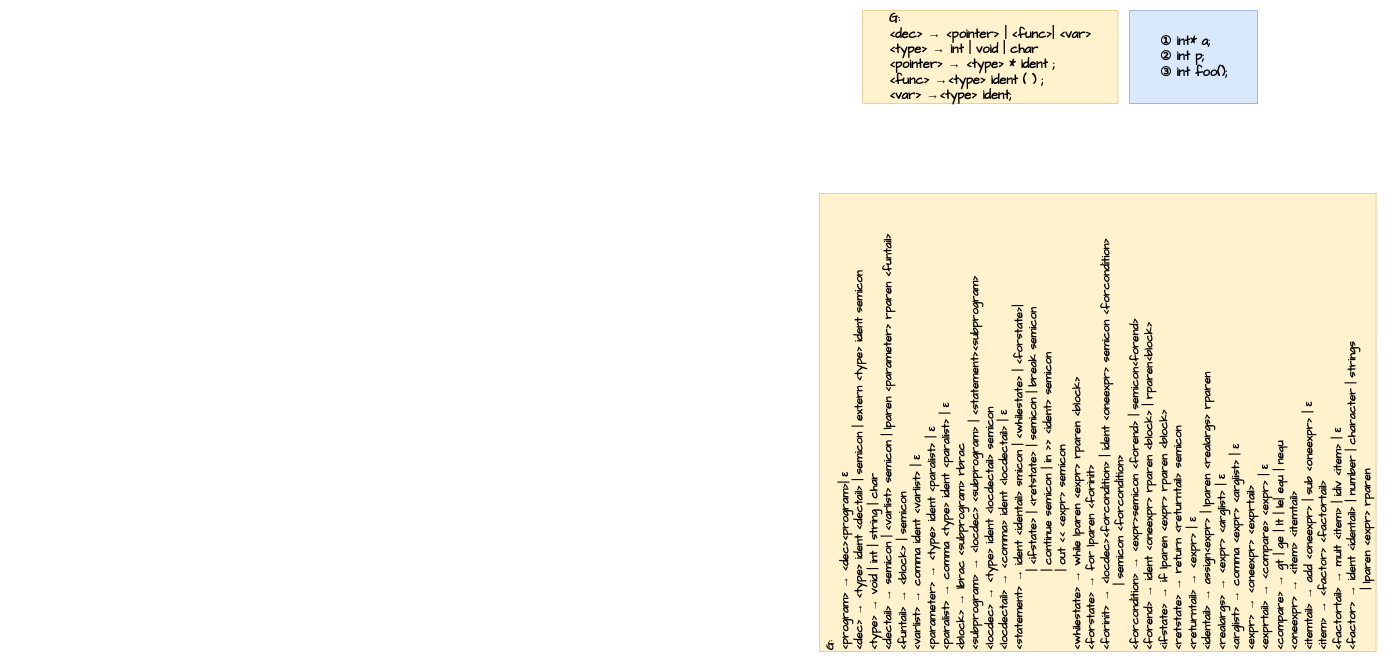
Earlier version of the draw.io diagram document/src/CFG-design.drawio (djh-sudo/tiny-C-Compiler). Source tidied: cells renumbered, new cells numbered last; positions are measured from the earlier drawing's top-left corner, leaving out a move shared by most shapes. Both pictures are drawn from the tidied source at 58%, with x=0, y=0 at pixel (862, 10).
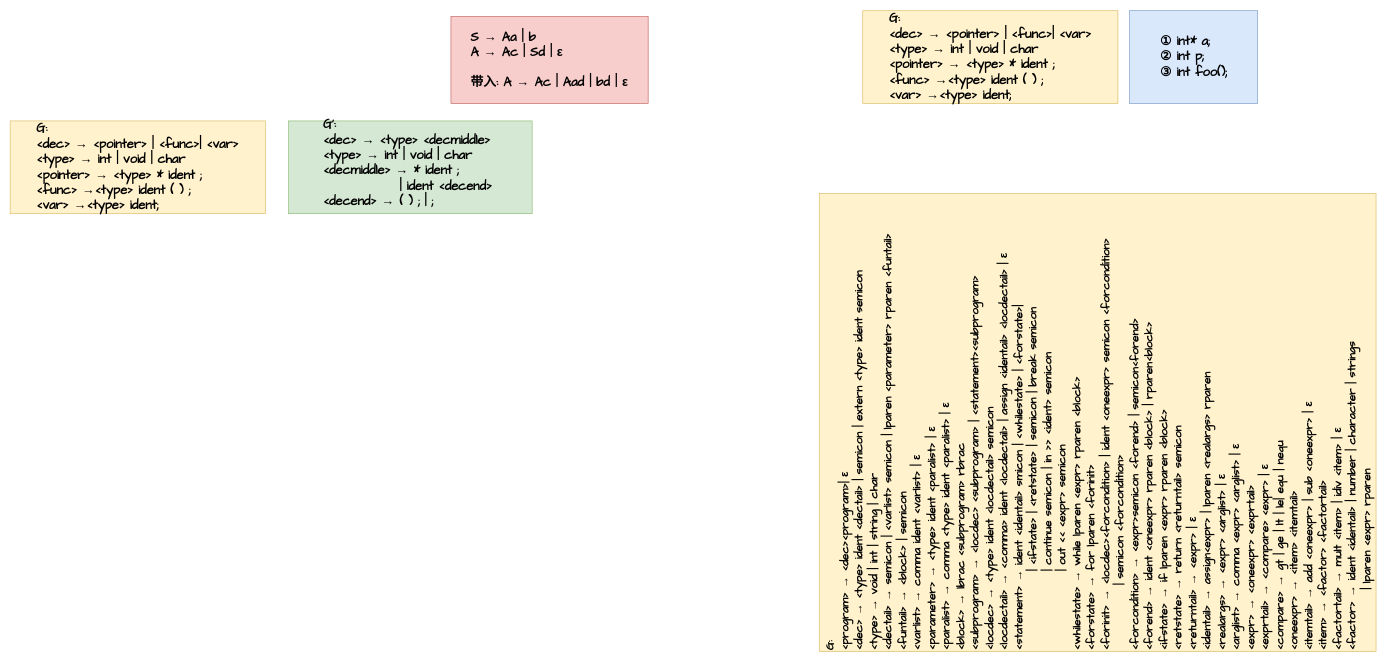
After the change.

Change to the diagram source:
```diff
@@
 <mxGraphModel>
   <root>
     <mxCell id="0" />
     <mxCell id="1" parent="0" />
     <mxCell id="2" value="&lt;div style=&quot;text-align: left&quot;&gt;&lt;b style=&quot;font-size: 22px ; font-family: &amp;#34;comic sans ms&amp;#34;&quot;&gt;① int* a;&lt;/b&gt;&lt;/div&gt;&lt;font face=&quot;Comic Sans MS&quot;&gt;&lt;div style=&quot;text-align: left&quot;&gt;&lt;b style=&quot;font-size: 22px&quot;&gt;② int p;&lt;/b&gt;&lt;/div&gt;&lt;span style=&quot;font-size: 22px&quot;&gt;&lt;div style=&quot;text-align: left&quot;&gt;&lt;b&gt;③ int foo();&lt;/b&gt;&lt;/div&gt;&lt;/span&gt;&lt;/font&gt;" style="rounded=0;whiteSpace=wrap;html=1;fillColor=#dae8fc;strokeColor=#6c8ebf;" parent="1" vertex="1">
       <mxGeometry x="460" width="221" height="160" as="geometry" />
     </mxCell>
     <mxCell id="3" value="&lt;div style=&quot;text-align: left&quot;&gt;&lt;b&gt;&lt;font style=&quot;font-size: 22px&quot; face=&quot;Comic Sans MS&quot;&gt;G:&lt;/font&gt;&lt;/b&gt;&lt;/div&gt;&lt;b&gt;&lt;div style=&quot;text-align: left&quot;&gt;&lt;b&gt;&lt;font style=&quot;font-size: 22px&quot; face=&quot;Comic Sans MS&quot;&gt;&amp;lt;dec&amp;gt; → &amp;lt;pointer&amp;gt; | &amp;lt;func&amp;gt;| &amp;lt;var&amp;gt;&lt;/font&gt;&lt;/b&gt;&lt;/div&gt;&lt;font style=&quot;font-size: 22px&quot; face=&quot;Comic Sans MS&quot;&gt;&lt;div style=&quot;text-align: left&quot;&gt;&lt;b style=&quot;font-family: &amp;#34;helvetica&amp;#34; ; font-size: 12px&quot;&gt;&lt;font style=&quot;font-size: 22px&quot; face=&quot;Comic Sans MS&quot;&gt;&amp;lt;type&amp;gt; → int | void | char&lt;/font&gt;&lt;/b&gt;&lt;/div&gt;&lt;div style=&quot;text-align: left&quot;&gt;&lt;b style=&quot;font-family: &amp;#34;helvetica&amp;#34; ; font-size: 12px&quot;&gt;&lt;font style=&quot;font-size: 22px&quot; face=&quot;Comic Sans MS&quot;&gt;&amp;lt;pointer&amp;gt;&amp;nbsp;&lt;/font&gt;&lt;/b&gt;&lt;b style=&quot;font-family: &amp;#34;helvetica&amp;#34; ; font-size: 12px&quot;&gt;&lt;font face=&quot;Comic Sans MS&quot; style=&quot;font-size: 22px&quot;&gt;→ &amp;lt;type&amp;gt; * ident ;&lt;/font&gt;&lt;/b&gt;&lt;/div&gt;&lt;/font&gt;&lt;/b&gt;&lt;b&gt;&lt;div style=&quot;text-align: left&quot;&gt;&lt;b&gt;&lt;font style=&quot;font-size: 22px&quot; face=&quot;Comic Sans MS&quot;&gt;&amp;lt;func&amp;gt;&amp;nbsp;&lt;/font&gt;&lt;/b&gt;&lt;b&gt;&lt;font face=&quot;Comic Sans MS&quot; style=&quot;font-size: 22px&quot;&gt;→&lt;/font&gt;&lt;/b&gt;&lt;b&gt;&lt;font face=&quot;Comic Sans MS&quot; style=&quot;font-size: 22px&quot;&gt;&amp;lt;type&amp;gt;&amp;nbsp;&lt;/font&gt;&lt;/b&gt;&lt;b&gt;&lt;font face=&quot;Comic Sans MS&quot; style=&quot;font-size: 22px&quot;&gt;ident ( ) ;&lt;/font&gt;&lt;/b&gt;&lt;/div&gt;&lt;/b&gt;&lt;b&gt;&lt;div style=&quot;text-align: left&quot;&gt;&lt;b&gt;&lt;font style=&quot;font-size: 22px&quot; face=&quot;Comic Sans MS&quot;&gt;&amp;lt;var&amp;gt;&amp;nbsp;&lt;/font&gt;&lt;/b&gt;&lt;b&gt;&lt;font face=&quot;Comic Sans MS&quot; style=&quot;font-size: 22px&quot;&gt;→&lt;/font&gt;&lt;/b&gt;&lt;b&gt;&lt;font face=&quot;Comic Sans MS&quot; style=&quot;font-size: 22px&quot;&gt;&amp;lt;type&amp;gt;&amp;nbsp;&lt;/font&gt;&lt;/b&gt;&lt;b&gt;&lt;font face=&quot;Comic Sans MS&quot; style=&quot;font-size: 22px&quot;&gt;ident;&lt;/font&gt;&lt;/b&gt;&lt;/div&gt;&lt;/b&gt;" style="rounded=0;whiteSpace=wrap;html=1;fillColor=#fff2cc;strokeColor=#d6b656;" parent="1" vertex="1">
       <mxGeometry width="440" height="160" as="geometry" />
     </mxCell>
-    <mxCell id="4" value="&lt;font style=&quot;font-size: 20px&quot;&gt;&lt;b&gt;&lt;font face=&quot;Comic Sans MS&quot; style=&quot;font-size: 20px&quot;&gt;G:&lt;br&gt;&amp;lt;program&amp;gt; → &amp;lt;dec&amp;gt;&amp;lt;program&amp;gt;| ε&lt;br&gt;&lt;/font&gt;&lt;/b&gt;&lt;b&gt;&lt;font face=&quot;Comic Sans MS&quot; style=&quot;font-size: 20px&quot;&gt;&amp;lt;dec&amp;gt;&amp;nbsp;&lt;/font&gt;&lt;/b&gt;&lt;b&gt;&lt;font face=&quot;Comic Sans MS&quot; style=&quot;font-size: 20px&quot;&gt;→ &amp;lt;type&amp;gt; ident &amp;lt;dectail&amp;gt; | semicon | extern &amp;lt;type&amp;gt; ident semicon&lt;/font&gt;&lt;/b&gt;&lt;b&gt;&lt;font face=&quot;Comic Sans MS&quot; style=&quot;font-size: 20px&quot;&gt;&lt;br&gt;&amp;lt;type&amp;gt;&amp;nbsp;&lt;/font&gt;&lt;/b&gt;&lt;b&gt;&lt;font face=&quot;Comic Sans MS&quot; style=&quot;font-size: 20px&quot;&gt;→ void | int | string | char&lt;/font&gt;&lt;/b&gt;&lt;b&gt;&lt;font face=&quot;Comic Sans MS&quot; style=&quot;font-size: 20px&quot;&gt;&lt;br&gt;&amp;lt;dectail&amp;gt;&amp;nbsp;&lt;/font&gt;&lt;/b&gt;&lt;b&gt;&lt;font face=&quot;Comic Sans MS&quot; style=&quot;font-size: 20px&quot;&gt;→ semicon | &amp;lt;varlist&amp;gt; semicon |&amp;nbsp;&lt;/font&gt;&lt;/b&gt;&lt;b&gt;&lt;font face=&quot;Comic Sans MS&quot;&gt;lparen&lt;/font&gt;&lt;/b&gt;&lt;b&gt;&lt;font face=&quot;Comic Sans MS&quot; style=&quot;font-size: 20px&quot;&gt;&amp;nbsp;&amp;lt;parameter&amp;gt;&amp;nbsp;&lt;/font&gt;&lt;/b&gt;&lt;b&gt;&lt;font face=&quot;Comic Sans MS&quot;&gt;rparen&lt;/font&gt;&lt;/b&gt;&lt;b&gt;&lt;font face=&quot;Comic Sans MS&quot; style=&quot;font-size: 20px&quot;&gt;&amp;nbsp;&amp;lt;funtail&amp;gt;&lt;br&gt;&amp;lt;funtail&amp;gt;&amp;nbsp;&lt;/font&gt;&lt;/b&gt;&lt;b&gt;&lt;font face=&quot;Comic Sans MS&quot; style=&quot;font-size: 20px&quot;&gt;→ &amp;lt;block&amp;gt; | semicon&lt;br&gt;&lt;/font&gt;&lt;/b&gt;&lt;b&gt;&lt;font face=&quot;Comic Sans MS&quot; style=&quot;font-size: 20px&quot;&gt;&amp;lt;varlist&amp;gt;&amp;nbsp;&lt;/font&gt;&lt;/b&gt;&lt;b&gt;&lt;font face=&quot;Comic Sans MS&quot; style=&quot;font-size: 20px&quot;&gt;→ comma ident &amp;lt;varlist&amp;gt; |&amp;nbsp;&lt;/font&gt;&lt;/b&gt;&lt;b&gt;&lt;font face=&quot;Comic Sans MS&quot; style=&quot;font-size: 20px&quot;&gt;ε&lt;/font&gt;&lt;/b&gt;&lt;b&gt;&lt;font face=&quot;Comic Sans MS&quot; style=&quot;font-size: 20px&quot;&gt;&lt;br&gt;&lt;/font&gt;&lt;/b&gt;&lt;b&gt;&lt;font face=&quot;Comic Sans MS&quot; style=&quot;font-size: 20px&quot;&gt;&amp;lt;parameter&amp;gt;&amp;nbsp;&lt;/font&gt;&lt;/b&gt;&lt;b&gt;&lt;font face=&quot;Comic Sans MS&quot; style=&quot;font-size: 20px&quot;&gt;→ &amp;lt;type&amp;gt; ident &amp;lt;paralist&amp;gt; |&amp;nbsp;&lt;/font&gt;&lt;/b&gt;&lt;b&gt;&lt;font face=&quot;Comic Sans MS&quot; style=&quot;font-size: 20px&quot;&gt;ε&lt;br&gt;&lt;/font&gt;&lt;/b&gt;&lt;/font&gt;&lt;b style=&quot;font-size: 20px&quot;&gt;&lt;font face=&quot;Comic Sans MS&quot; style=&quot;font-size: 20px&quot;&gt;&lt;font style=&quot;font-size: 20px&quot;&gt;&amp;lt;paralist&amp;gt; → comma &amp;lt;type&amp;gt; ident &amp;lt;paralist&amp;gt; | ε&lt;br&gt;&amp;lt;block&amp;gt; → lbrac &amp;lt;subprogram&amp;gt; rbrac&lt;br&gt;&amp;lt;subprogram&amp;gt; → &amp;lt;locdec&amp;gt; &amp;lt;subprogram&amp;gt; | &amp;lt;statement&amp;gt;&amp;lt;subprogram&amp;gt;&lt;br&gt;&amp;lt;locdec&amp;gt; → &amp;lt;type&amp;gt; ident &amp;lt;locdectail&amp;gt; semicon&lt;br&gt;&lt;/font&gt;&amp;lt;locdectail&amp;gt; → &amp;lt;comma&amp;gt; ident &amp;lt;locdectail&amp;gt; | ε&lt;br&gt;&amp;lt;statement&amp;gt; → ident &amp;lt;identail&amp;gt; smicon | &amp;lt;whilestate&amp;gt; | &amp;lt;forstate&amp;gt;|&lt;br&gt;&amp;nbsp; &amp;nbsp; &amp;nbsp; &amp;nbsp; &amp;nbsp; &amp;nbsp; &amp;nbsp; &amp;nbsp; &amp;nbsp;| &amp;lt;ifstate&amp;gt; | &amp;lt;retstate&amp;gt; | semicon | break semicon&lt;br&gt;&amp;nbsp; &amp;nbsp; &amp;nbsp; &amp;nbsp; &amp;nbsp; &amp;nbsp; &amp;nbsp; &amp;nbsp; &amp;nbsp;| continue semicon | in &amp;gt;&amp;gt; &amp;lt;ident&amp;gt; semicon&lt;br&gt;&amp;nbsp; &amp;nbsp; &amp;nbsp; &amp;nbsp; &amp;nbsp; &amp;nbsp; &amp;nbsp; &amp;nbsp; &amp;nbsp;| out &amp;lt;&amp;lt; &amp;lt;expr&amp;gt; semicon&lt;br&gt;&amp;lt;whilestate&amp;gt; → while lparen &amp;lt;expr&amp;gt; rparen &amp;lt;block&amp;gt;&amp;nbsp;&lt;br&gt;&amp;lt;forstate&amp;gt; → for lparen &amp;lt;forinit&amp;gt;&lt;br&gt;&amp;lt;forinit&amp;gt; →&amp;nbsp;&amp;lt;locdec&amp;gt;&amp;lt;forcondition&amp;gt; | ident &amp;lt;oneexpr&amp;gt; semicon &amp;lt;forcondition&amp;gt;&lt;br&gt;&amp;nbsp; &amp;nbsp; &amp;nbsp; &amp;nbsp; &amp;nbsp; &amp;nbsp; &amp;nbsp; | semicon &amp;lt;forcondition&amp;gt;&lt;br&gt;&amp;lt;forcondition&amp;gt; → &amp;lt;expr&amp;gt;semicon &amp;lt;forend&amp;gt; | semicon&amp;lt;forend&amp;gt;&lt;br&gt;&amp;lt;forend&amp;gt; → ident &amp;lt;oneexpr&amp;gt; rparen &amp;lt;block&amp;gt; | rparen&amp;lt;block&amp;gt;&lt;br&gt;&amp;lt;ifstate&amp;gt; → if lparen &amp;lt;expr&amp;gt; rparen &amp;lt;block&amp;gt;&lt;br&gt;&amp;lt;retstate&amp;gt; → return &amp;lt;returntail&amp;gt; semicon&lt;br&gt;&amp;lt;returntail&amp;gt; → &amp;lt;expr&amp;gt; | ε&lt;br&gt;&amp;lt;identail&amp;gt; → assign&amp;lt;expr&amp;gt; | lparen &amp;lt;realargs&amp;gt; rparen&lt;br&gt;&amp;lt;realargs&amp;gt; → &amp;lt;expr&amp;gt; &amp;lt;arglist&amp;gt; | ε&lt;br&gt;&amp;lt;arglist&amp;gt; → comma &amp;lt;expr&amp;gt; &amp;lt;arglist&amp;gt; | ε&lt;br&gt;&amp;lt;expr&amp;gt; → &amp;lt;oneexpr&amp;gt; &amp;lt;exprtail&amp;gt;&lt;br&gt;&amp;lt;exprtail&amp;gt; → &amp;lt;compare&amp;gt; &amp;lt;expr&amp;gt; | ε&lt;br&gt;&amp;lt;compare&amp;gt; → gt | ge | lt | le| equ | nequ&lt;br&gt;&amp;lt;oneexpr&amp;gt; → &amp;lt;item&amp;gt; &amp;lt;itemtail&amp;gt;&lt;br&gt;&amp;lt;itemtail&amp;gt; → add &amp;lt;oneexpr&amp;gt; | sub &amp;lt;oneexpr&amp;gt; | ε&lt;br&gt;&amp;lt;item&amp;gt; → &amp;lt;factor&amp;gt; &amp;lt;factortail&amp;gt;&lt;br&gt;&amp;lt;factortail&amp;gt; → mult &amp;lt;item&amp;gt; | idiv &amp;lt;item&amp;gt; | ε&lt;br&gt;&amp;lt;factor&amp;gt; → ident &amp;lt;identail&amp;gt; | number | character | strings&lt;br&gt;&amp;nbsp; &amp;nbsp; &amp;nbsp; &amp;nbsp; &amp;nbsp; &amp;nbsp; &amp;nbsp;| lparen &amp;lt;expr&amp;gt; rparen&lt;br&gt;&lt;/font&gt;&lt;/b&gt;" style="rounded=0;whiteSpace=wrap;html=1;align=left;fillColor=#fff2cc;strokeColor=#d6b656;rotation=-90;" parent="1" vertex="1">
+    <mxCell id="4" value="&lt;font style=&quot;font-size: 20px&quot;&gt;&lt;b&gt;&lt;font face=&quot;Comic Sans MS&quot; style=&quot;font-size: 20px&quot;&gt;G:&lt;br&gt;&amp;lt;program&amp;gt; → &amp;lt;dec&amp;gt;&amp;lt;program&amp;gt;| ε&lt;br&gt;&lt;/font&gt;&lt;/b&gt;&lt;b&gt;&lt;font face=&quot;Comic Sans MS&quot; style=&quot;font-size: 20px&quot;&gt;&amp;lt;dec&amp;gt;&amp;nbsp;&lt;/font&gt;&lt;/b&gt;&lt;b&gt;&lt;font face=&quot;Comic Sans MS&quot; style=&quot;font-size: 20px&quot;&gt;→ &amp;lt;type&amp;gt; ident &amp;lt;dectail&amp;gt; | semicon | extern &amp;lt;type&amp;gt; ident semicon&lt;/font&gt;&lt;/b&gt;&lt;b&gt;&lt;font face=&quot;Comic Sans MS&quot; style=&quot;font-size: 20px&quot;&gt;&lt;br&gt;&amp;lt;type&amp;gt;&amp;nbsp;&lt;/font&gt;&lt;/b&gt;&lt;b&gt;&lt;font face=&quot;Comic Sans MS&quot; style=&quot;font-size: 20px&quot;&gt;→ void | int | string | char&lt;/font&gt;&lt;/b&gt;&lt;b&gt;&lt;font face=&quot;Comic Sans MS&quot; style=&quot;font-size: 20px&quot;&gt;&lt;br&gt;&amp;lt;dectail&amp;gt;&amp;nbsp;&lt;/font&gt;&lt;/b&gt;&lt;b&gt;&lt;font face=&quot;Comic Sans MS&quot; style=&quot;font-size: 20px&quot;&gt;→ semicon | &amp;lt;varlist&amp;gt; semicon |&amp;nbsp;&lt;/font&gt;&lt;/b&gt;&lt;b&gt;&lt;font face=&quot;Comic Sans MS&quot;&gt;lparen&lt;/font&gt;&lt;/b&gt;&lt;b&gt;&lt;font face=&quot;Comic Sans MS&quot; style=&quot;font-size: 20px&quot;&gt;&amp;nbsp;&amp;lt;parameter&amp;gt;&amp;nbsp;&lt;/font&gt;&lt;/b&gt;&lt;b&gt;&lt;font face=&quot;Comic Sans MS&quot;&gt;rparen&lt;/font&gt;&lt;/b&gt;&lt;b&gt;&lt;font face=&quot;Comic Sans MS&quot; style=&quot;font-size: 20px&quot;&gt;&amp;nbsp;&amp;lt;funtail&amp;gt;&lt;br&gt;&amp;lt;funtail&amp;gt;&amp;nbsp;&lt;/font&gt;&lt;/b&gt;&lt;b&gt;&lt;font face=&quot;Comic Sans MS&quot; style=&quot;font-size: 20px&quot;&gt;→ &amp;lt;block&amp;gt; | semicon&lt;br&gt;&lt;/font&gt;&lt;/b&gt;&lt;b&gt;&lt;font face=&quot;Comic Sans MS&quot; style=&quot;font-size: 20px&quot;&gt;&amp;lt;varlist&amp;gt;&amp;nbsp;&lt;/font&gt;&lt;/b&gt;&lt;b&gt;&lt;font face=&quot;Comic Sans MS&quot; style=&quot;font-size: 20px&quot;&gt;→ comma ident &amp;lt;varlist&amp;gt; |&amp;nbsp;&lt;/font&gt;&lt;/b&gt;&lt;b&gt;&lt;font face=&quot;Comic Sans MS&quot; style=&quot;font-size: 20px&quot;&gt;ε&lt;/font&gt;&lt;/b&gt;&lt;b&gt;&lt;font face=&quot;Comic Sans MS&quot; style=&quot;font-size: 20px&quot;&gt;&lt;br&gt;&lt;/font&gt;&lt;/b&gt;&lt;b&gt;&lt;font face=&quot;Comic Sans MS&quot; style=&quot;font-size: 20px&quot;&gt;&amp;lt;parameter&amp;gt;&amp;nbsp;&lt;/font&gt;&lt;/b&gt;&lt;b&gt;&lt;font face=&quot;Comic Sans MS&quot; style=&quot;font-size: 20px&quot;&gt;→ &amp;lt;type&amp;gt; ident &amp;lt;paralist&amp;gt; |&amp;nbsp;&lt;/font&gt;&lt;/b&gt;&lt;b&gt;&lt;font face=&quot;Comic Sans MS&quot; style=&quot;font-size: 20px&quot;&gt;ε&lt;br&gt;&lt;/font&gt;&lt;/b&gt;&lt;/font&gt;&lt;b style=&quot;font-size: 20px&quot;&gt;&lt;font face=&quot;Comic Sans MS&quot; style=&quot;font-size: 20px&quot;&gt;&lt;font style=&quot;font-size: 20px&quot;&gt;&amp;lt;paralist&amp;gt; → comma &amp;lt;type&amp;gt; ident &amp;lt;paralist&amp;gt; | ε&lt;br&gt;&amp;lt;block&amp;gt; → lbrac &amp;lt;subprogram&amp;gt; rbrac&lt;br&gt;&amp;lt;subprogram&amp;gt; → &amp;lt;locdec&amp;gt; &amp;lt;subprogram&amp;gt; | &amp;lt;statement&amp;gt;&amp;lt;subprogram&amp;gt;&lt;br&gt;&amp;lt;locdec&amp;gt; → &amp;lt;type&amp;gt; ident &amp;lt;locdectail&amp;gt; semicon&lt;br&gt;&lt;/font&gt;&amp;lt;locdectail&amp;gt; → &amp;lt;comma&amp;gt; ident &amp;lt;locdectail&amp;gt; | assign &amp;lt;identail&amp;gt; &amp;lt;locdectail&amp;gt; | ε&lt;br&gt;&amp;lt;statement&amp;gt; → ident &amp;lt;identail&amp;gt; smicon | &amp;lt;whilestate&amp;gt; | &amp;lt;forstate&amp;gt;|&lt;br&gt;&amp;nbsp; &amp;nbsp; &amp;nbsp; &amp;nbsp; &amp;nbsp; &amp;nbsp; &amp;nbsp; &amp;nbsp; &amp;nbsp;| &amp;lt;ifstate&amp;gt; | &amp;lt;retstate&amp;gt; | semicon | break semicon&lt;br&gt;&amp;nbsp; &amp;nbsp; &amp;nbsp; &amp;nbsp; &amp;nbsp; &amp;nbsp; &amp;nbsp; &amp;nbsp; &amp;nbsp;| continue semicon | in &amp;gt;&amp;gt; &amp;lt;ident&amp;gt; semicon&lt;br&gt;&amp;nbsp; &amp;nbsp; &amp;nbsp; &amp;nbsp; &amp;nbsp; &amp;nbsp; &amp;nbsp; &amp;nbsp; &amp;nbsp;| out &amp;lt;&amp;lt; &amp;lt;expr&amp;gt; semicon&lt;br&gt;&amp;lt;whilestate&amp;gt; → while lparen &amp;lt;expr&amp;gt; rparen &amp;lt;block&amp;gt;&amp;nbsp;&lt;br&gt;&amp;lt;forstate&amp;gt; → for lparen &amp;lt;forinit&amp;gt;&lt;br&gt;&amp;lt;forinit&amp;gt; →&amp;nbsp;&amp;lt;locdec&amp;gt;&amp;lt;forcondition&amp;gt; | ident &amp;lt;oneexpr&amp;gt; semicon &amp;lt;forcondition&amp;gt;&lt;br&gt;&amp;nbsp; &amp;nbsp; &amp;nbsp; &amp;nbsp; &amp;nbsp; &amp;nbsp; &amp;nbsp; | semicon &amp;lt;forcondition&amp;gt;&lt;br&gt;&amp;lt;forcondition&amp;gt; → &amp;lt;expr&amp;gt;semicon &amp;lt;forend&amp;gt; | semicon&amp;lt;forend&amp;gt;&lt;br&gt;&amp;lt;forend&amp;gt; → ident &amp;lt;oneexpr&amp;gt; rparen &amp;lt;block&amp;gt; | rparen&amp;lt;block&amp;gt;&lt;br&gt;&amp;lt;ifstate&amp;gt; → if lparen &amp;lt;expr&amp;gt; rparen &amp;lt;block&amp;gt;&lt;br&gt;&amp;lt;retstate&amp;gt; → return &amp;lt;returntail&amp;gt; semicon&lt;br&gt;&amp;lt;returntail&amp;gt; → &amp;lt;expr&amp;gt; | ε&lt;br&gt;&amp;lt;identail&amp;gt; → assign&amp;lt;expr&amp;gt; | lparen &amp;lt;realargs&amp;gt; rparen&lt;br&gt;&amp;lt;realargs&amp;gt; → &amp;lt;expr&amp;gt; &amp;lt;arglist&amp;gt; | ε&lt;br&gt;&amp;lt;arglist&amp;gt; → comma &amp;lt;expr&amp;gt; &amp;lt;arglist&amp;gt; | ε&lt;br&gt;&amp;lt;expr&amp;gt; → &amp;lt;oneexpr&amp;gt; &amp;lt;exprtail&amp;gt;&lt;br&gt;&amp;lt;exprtail&amp;gt; → &amp;lt;compare&amp;gt; &amp;lt;expr&amp;gt; | ε&lt;br&gt;&amp;lt;compare&amp;gt; → gt | ge | lt | le| equ | nequ&lt;br&gt;&amp;lt;oneexpr&amp;gt; → &amp;lt;item&amp;gt; &amp;lt;itemtail&amp;gt;&lt;br&gt;&amp;lt;itemtail&amp;gt; → add &amp;lt;oneexpr&amp;gt; | sub &amp;lt;oneexpr&amp;gt; | ε&lt;br&gt;&amp;lt;item&amp;gt; → &amp;lt;factor&amp;gt; &amp;lt;factortail&amp;gt;&lt;br&gt;&amp;lt;factortail&amp;gt; → mult &amp;lt;item&amp;gt; | idiv &amp;lt;item&amp;gt; | ε&lt;br&gt;&amp;lt;factor&amp;gt; → ident &amp;lt;identail&amp;gt; | number | character | strings&lt;br&gt;&amp;nbsp; &amp;nbsp; &amp;nbsp; &amp;nbsp; &amp;nbsp; &amp;nbsp; &amp;nbsp;| lparen &amp;lt;expr&amp;gt; rparen&lt;br&gt;&lt;/font&gt;&lt;/b&gt;" style="rounded=0;whiteSpace=wrap;html=1;align=left;fillColor=#fff2cc;strokeColor=#d6b656;rotation=-90;" parent="1" vertex="1">
       <mxGeometry x="10" y="230" width="790" height="960" as="geometry" />
     </mxCell>
+    <mxCell id="5" value="&lt;div style=&quot;text-align: left&quot;&gt;&lt;b&gt;&lt;font style=&quot;font-size: 22px&quot; face=&quot;Comic Sans MS&quot;&gt;S&amp;nbsp;&lt;/font&gt;&lt;/b&gt;&lt;b&gt;&lt;font face=&quot;Comic Sans MS&quot; style=&quot;font-size: 22px&quot;&gt;→ Aa | b&lt;/font&gt;&lt;/b&gt;&lt;/div&gt;&lt;b&gt;&lt;div style=&quot;text-align: left&quot;&gt;&lt;b&gt;&lt;font face=&quot;Comic Sans MS&quot; style=&quot;font-size: 22px&quot;&gt;A → Ac | Sd | ε&lt;/font&gt;&lt;/b&gt;&lt;/div&gt;&lt;div style=&quot;text-align: left&quot;&gt;&lt;b&gt;&lt;font face=&quot;Comic Sans MS&quot; style=&quot;font-size: 22px&quot;&gt;&lt;br&gt;&lt;/font&gt;&lt;/b&gt;&lt;/div&gt;&lt;font face=&quot;Comic Sans MS&quot; style=&quot;font-size: 22px&quot;&gt;&lt;div style=&quot;text-align: left&quot;&gt;&lt;b style=&quot;font-family: &amp;#34;helvetica&amp;#34; ; font-size: 12px&quot;&gt;&lt;font face=&quot;Comic Sans MS&quot; style=&quot;font-size: 22px&quot;&gt;带入: A → Ac | Aad | bd | ε&lt;/font&gt;&lt;/b&gt;&lt;/div&gt;&lt;/font&gt;&lt;/b&gt;" style="rounded=0;whiteSpace=wrap;html=1;fillColor=#f8cecc;strokeColor=#b85450;" parent="1" vertex="1">
+      <mxGeometry x="-710" y="10" width="340" height="150" as="geometry" />
+    </mxCell>
+    <mxCell id="6" value="&lt;div style=&quot;text-align: left&quot;&gt;&lt;b&gt;&lt;font style=&quot;font-size: 22px&quot; face=&quot;Comic Sans MS&quot;&gt;G:&lt;/font&gt;&lt;/b&gt;&lt;/div&gt;&lt;b&gt;&lt;div style=&quot;text-align: left&quot;&gt;&lt;b&gt;&lt;font style=&quot;font-size: 22px&quot; face=&quot;Comic Sans MS&quot;&gt;&amp;lt;dec&amp;gt; → &amp;lt;pointer&amp;gt; | &amp;lt;func&amp;gt;| &amp;lt;var&amp;gt;&lt;/font&gt;&lt;/b&gt;&lt;/div&gt;&lt;font style=&quot;font-size: 22px&quot; face=&quot;Comic Sans MS&quot;&gt;&lt;div style=&quot;text-align: left&quot;&gt;&lt;b style=&quot;font-family: &amp;#34;helvetica&amp;#34; ; font-size: 12px&quot;&gt;&lt;font style=&quot;font-size: 22px&quot; face=&quot;Comic Sans MS&quot;&gt;&amp;lt;type&amp;gt; → int | void | char&lt;/font&gt;&lt;/b&gt;&lt;/div&gt;&lt;div style=&quot;text-align: left&quot;&gt;&lt;b style=&quot;font-family: &amp;#34;helvetica&amp;#34; ; font-size: 12px&quot;&gt;&lt;font style=&quot;font-size: 22px&quot; face=&quot;Comic Sans MS&quot;&gt;&amp;lt;pointer&amp;gt;&amp;nbsp;&lt;/font&gt;&lt;/b&gt;&lt;b style=&quot;font-family: &amp;#34;helvetica&amp;#34; ; font-size: 12px&quot;&gt;&lt;font face=&quot;Comic Sans MS&quot; style=&quot;font-size: 22px&quot;&gt;→ &amp;lt;type&amp;gt; * ident ;&lt;/font&gt;&lt;/b&gt;&lt;/div&gt;&lt;/font&gt;&lt;/b&gt;&lt;b&gt;&lt;div style=&quot;text-align: left&quot;&gt;&lt;b&gt;&lt;font style=&quot;font-size: 22px&quot; face=&quot;Comic Sans MS&quot;&gt;&amp;lt;func&amp;gt;&amp;nbsp;&lt;/font&gt;&lt;/b&gt;&lt;b&gt;&lt;font face=&quot;Comic Sans MS&quot; style=&quot;font-size: 22px&quot;&gt;→&lt;/font&gt;&lt;/b&gt;&lt;b&gt;&lt;font face=&quot;Comic Sans MS&quot; style=&quot;font-size: 22px&quot;&gt;&amp;lt;type&amp;gt;&amp;nbsp;&lt;/font&gt;&lt;/b&gt;&lt;b&gt;&lt;font face=&quot;Comic Sans MS&quot; style=&quot;font-size: 22px&quot;&gt;ident ( ) ;&lt;/font&gt;&lt;/b&gt;&lt;/div&gt;&lt;/b&gt;&lt;b&gt;&lt;div style=&quot;text-align: left&quot;&gt;&lt;b&gt;&lt;font style=&quot;font-size: 22px&quot; face=&quot;Comic Sans MS&quot;&gt;&amp;lt;var&amp;gt;&amp;nbsp;&lt;/font&gt;&lt;/b&gt;&lt;b&gt;&lt;font face=&quot;Comic Sans MS&quot; style=&quot;font-size: 22px&quot;&gt;→&lt;/font&gt;&lt;/b&gt;&lt;b&gt;&lt;font face=&quot;Comic Sans MS&quot; style=&quot;font-size: 22px&quot;&gt;&amp;lt;type&amp;gt;&amp;nbsp;&lt;/font&gt;&lt;/b&gt;&lt;b&gt;&lt;font face=&quot;Comic Sans MS&quot; style=&quot;font-size: 22px&quot;&gt;ident;&lt;/font&gt;&lt;/b&gt;&lt;/div&gt;&lt;/b&gt;" style="rounded=0;whiteSpace=wrap;html=1;fillColor=#fff2cc;strokeColor=#d6b656;" parent="1" vertex="1">
+      <mxGeometry x="-1470" y="190" width="440" height="160" as="geometry" />
+    </mxCell>
+    <mxCell id="7" value="&lt;div style=&quot;text-align: left&quot;&gt;&lt;b&gt;&lt;font style=&quot;font-size: 22px&quot; face=&quot;Comic Sans MS&quot;&gt;G‘:&lt;/font&gt;&lt;/b&gt;&lt;/div&gt;&lt;b&gt;&lt;div style=&quot;text-align: left&quot;&gt;&lt;b&gt;&lt;font style=&quot;font-size: 22px&quot; face=&quot;Comic Sans MS&quot;&gt;&amp;lt;dec&amp;gt; → &amp;lt;type&amp;gt; &amp;lt;decmiddle&amp;gt;&lt;/font&gt;&lt;/b&gt;&lt;/div&gt;&lt;font style=&quot;font-size: 22px&quot; face=&quot;Comic Sans MS&quot;&gt;&lt;div style=&quot;text-align: left&quot;&gt;&lt;b style=&quot;font-family: &amp;#34;helvetica&amp;#34; ; font-size: 12px&quot;&gt;&lt;font style=&quot;font-size: 22px&quot; face=&quot;Comic Sans MS&quot;&gt;&amp;lt;type&amp;gt; → int | void | char&lt;/font&gt;&lt;/b&gt;&lt;/div&gt;&lt;div style=&quot;text-align: left&quot;&gt;&lt;b style=&quot;font-family: &amp;#34;helvetica&amp;#34; ; font-size: 12px&quot;&gt;&lt;font style=&quot;font-size: 22px&quot; face=&quot;Comic Sans MS&quot;&gt;&amp;lt;decmiddle&amp;gt; → * ident ;&amp;nbsp;&lt;/font&gt;&lt;/b&gt;&lt;/div&gt;&lt;div style=&quot;text-align: left&quot;&gt;&lt;b style=&quot;font-family: &amp;#34;helvetica&amp;#34; ; font-size: 12px&quot;&gt;&lt;font style=&quot;font-size: 22px&quot; face=&quot;Comic Sans MS&quot;&gt;&amp;nbsp; &amp;nbsp; &amp;nbsp; &amp;nbsp; &amp;nbsp; &amp;nbsp; &amp;nbsp; &amp;nbsp;| ident &amp;lt;decend&amp;gt;&amp;nbsp;&lt;/font&gt;&lt;/b&gt;&lt;/div&gt;&lt;div style=&quot;text-align: left&quot;&gt;&amp;lt;decend&amp;gt; → ( ) ; | ;&amp;nbsp;&lt;/div&gt;&lt;/font&gt;&lt;/b&gt;&lt;b&gt;&lt;div style=&quot;text-align: left&quot;&gt;&lt;br&gt;&lt;/div&gt;&lt;/b&gt;" style="rounded=0;whiteSpace=wrap;html=1;fillColor=#d5e8d4;strokeColor=#82b366;" parent="1" vertex="1">
+      <mxGeometry x="-990" y="190" width="420" height="160" as="geometry" />
+    </mxCell>
   </root>
 </mxGraphModel>
```
